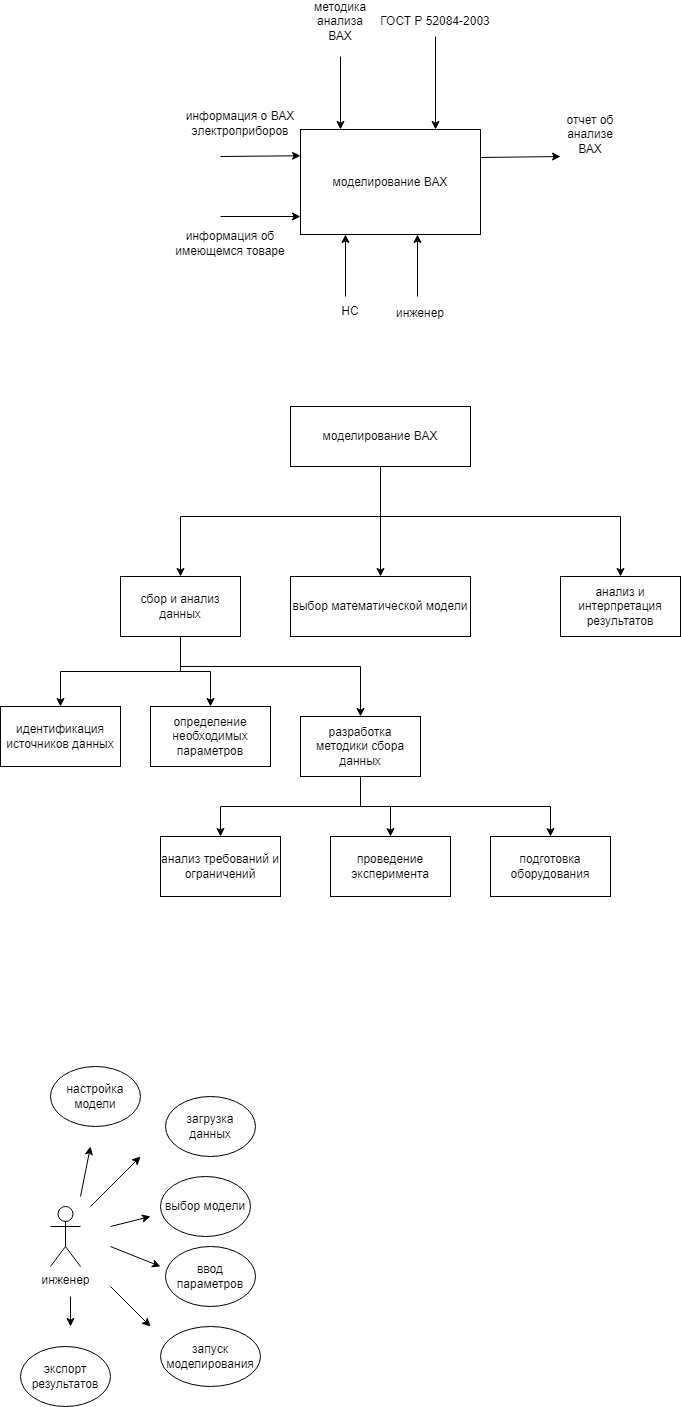
Earlier version of the draw.io export diagram.drawio.png (DiKachura/tppo). Source tidied: cells renumbered, new cells last; positions are measured from the earlier drawing's top-left corner, leaving out a move shared by most shapes.
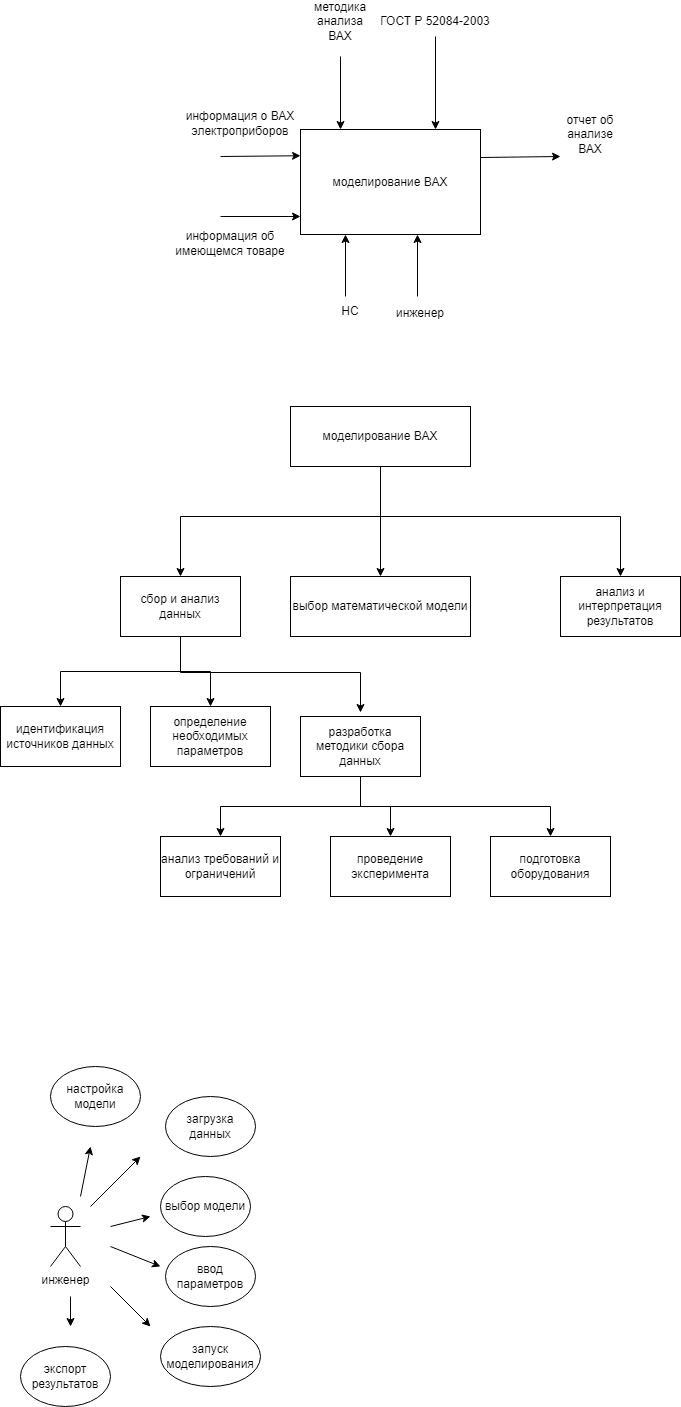
Later version of the same file.

The edit, as a diff of the source:
```diff
@@ -80,11 +80,13 @@
     <mxCell id="20" style="edgeStyle=orthogonalEdgeStyle;rounded=0;jettySize=auto;html=1;entryX=0.5;entryY=0;entryDx=0;entryDy=0;" parent="1" edge="1" source="22" target="24">
       <mxGeometry relative="1" as="geometry" />
     </mxCell>
-    <mxCell id="21" style="edgeStyle=orthogonalEdgeStyle;rounded=0;jettySize=auto;html=1;entryX=0.5;entryY=0;entryDx=0;entryDy=0;" parent="1" edge="1" source="22" target="29">
+    <mxCell id="21" style="edgeStyle=orthogonalEdgeStyle;rounded=0;orthogonalLoop=1;jettySize=auto;html=1;entryX=0.5;entryY=0;entryDx=0;entryDy=0;" parent="1" edge="1">
       <mxGeometry relative="1" as="geometry">
+        <mxPoint x="180" y="626" as="sourcePoint" />
+        <mxPoint x="360" y="706" as="targetPoint" />
         <Array as="points">
-          <mxPoint x="180" y="660" />
-          <mxPoint x="360" y="660" />
+          <mxPoint x="180" y="666" />
+          <mxPoint x="360" y="666" />
         </Array>
       </mxGeometry>
     </mxCell>
```
